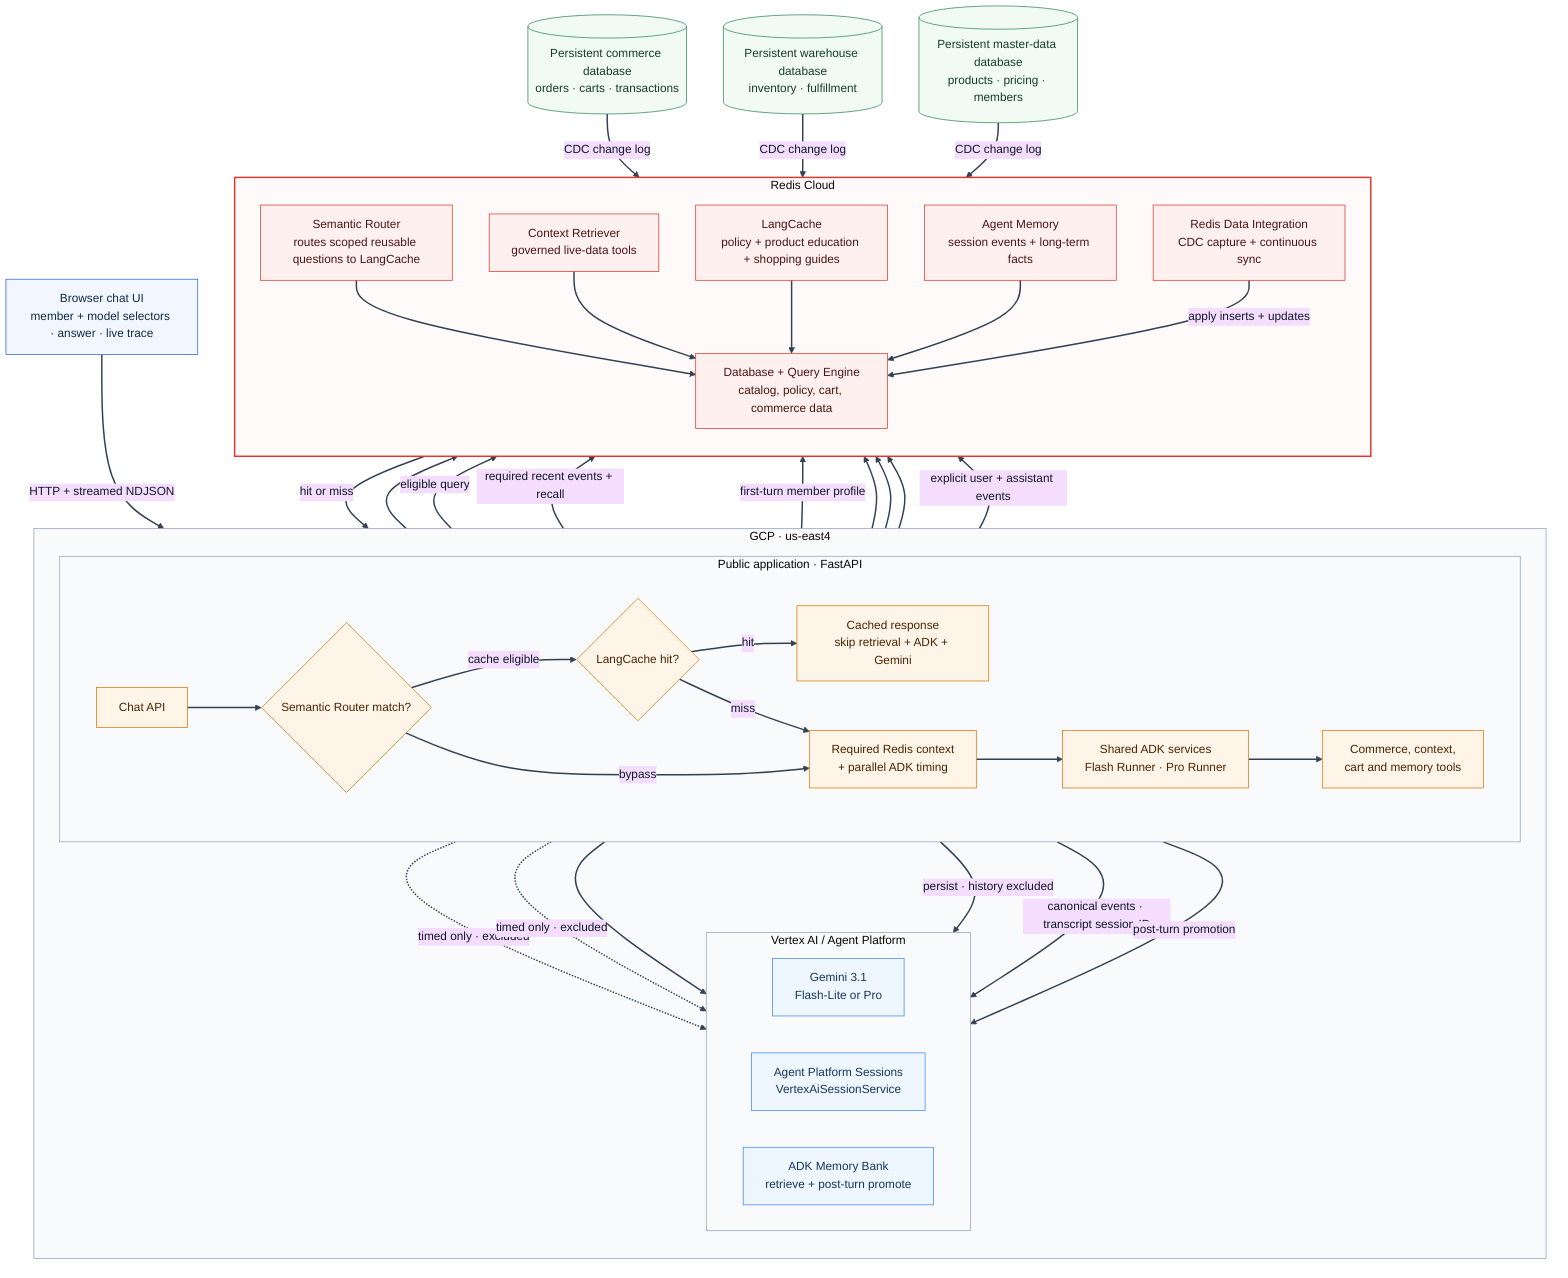
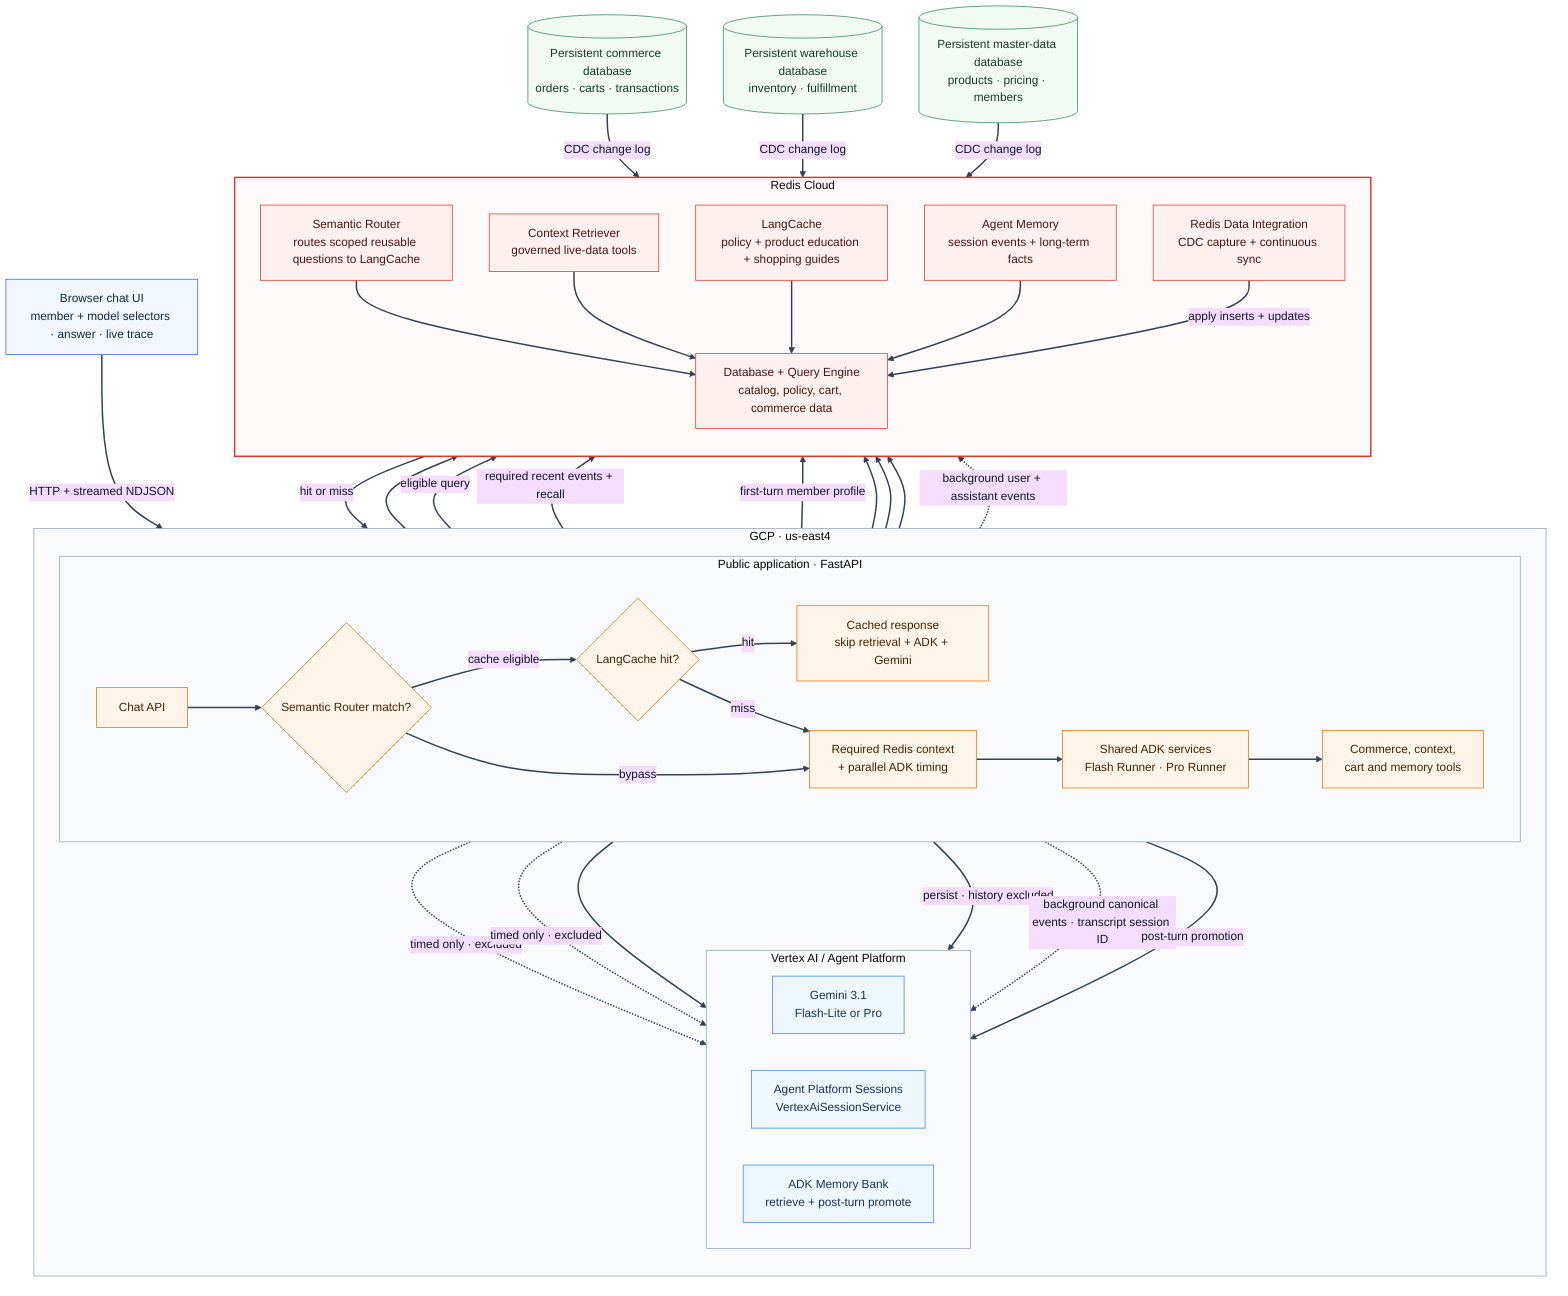
%%{init: {"theme":"base","themeVariables":{"background":"#ffffff","primaryTextColor":"#111827","lineColor":"#334155","clusterBkg":"#f8fafc","clusterBorder":"#94a3b8"},"flowchart":{"curve":"basis"}}}%%
flowchart TB
    browser["Browser chat UI<br/>member + model selectors · answer · live trace"]

    subgraph gcp["GCP · us-east4"]
        direction TB
        subgraph run["Public application · FastAPI"]
            direction LR
            api["Chat API"] --> route{"Semantic Router match?"}
            route -->|cache eligible| gate{"LangCache hit?"}
            gate -->|hit| cached["Cached response<br/>skip retrieval + ADK + Gemini"]
            gate -->|miss| prefetch["Required Redis context<br/>+ parallel ADK timing"]
            route -->|bypass| prefetch
            prefetch --> runners["Shared ADK services<br/>Flash Runner · Pro Runner"]
            runners --> tools["Commerce, context,<br/>cart and memory tools"]
        end

        subgraph vertex["Vertex AI / Agent Platform"]
            direction LR
            gemini["Gemini 3.1<br/>Flash-Lite or Pro"]
            sessions["Agent Platform Sessions<br/>VertexAiSessionService"]
            bank["ADK Memory Bank<br/>retrieve + post-turn promote"]
        end
    end

    commerce[("Persistent commerce database<br/>orders · carts · transactions")]
    warehouse[("Persistent warehouse database<br/>inventory · fulfillment")]
    master[("Persistent master-data database<br/>products · pricing · members")]

    subgraph rediscloud["Redis Cloud"]
        direction TB
        rdi["Redis Data Integration<br/>CDC capture + continuous sync"]
        cache["LangCache<br/>policy + product education + shopping guides"]
        ram["Agent Memory<br/>session events + long-term facts"]
        context["Context Retriever<br/>governed live-data tools"]
        semantic["Semantic Router<br/>routes scoped reusable questions to LangCache"]
        database["Database + Query Engine<br/>catalog, policy, cart, commerce data"]
    end

    browser -->|HTTP + streamed NDJSON| api

    route --> semantic
    semantic --> database
    route -->|eligible query| cache
    cache -->|hit or miss| gate
    prefetch -->|required recent events + recall| ram
    prefetch -.->|timed only · excluded| bank
    prefetch -.->|timed only · excluded| sessions
    prefetch -->|first-turn member profile| context

    runners --> gemini
    runners -->|persist · history excluded| sessions
-     api -->|canonical events · transcript session ID| sessions
+     api -.->|background canonical events · transcript session ID| sessions
    runners -->|post-turn promotion| bank
    tools --> context
    tools --> database
    tools --> ram
    context --> database
-     api -->|explicit user + assistant events| ram
+     api -.->|background user + assistant events| ram

    cache --> database
    ram --> database
    commerce -->|CDC change log| rdi
    warehouse -->|CDC change log| rdi
    master -->|CDC change log| rdi
    rdi -->|apply inserts + updates| database

    classDef client fill:#f2f7ff,stroke:#2864dc,color:#102a43
    classDef app fill:#fff4e8,stroke:#d97706,color:#4a2500
    classDef google fill:#eef6ff,stroke:#4285f4,color:#17365d
    classDef redis fill:#fff0f0,stroke:#dc382d,color:#4a1512
    classDef source fill:#f2fbf3,stroke:#2f855a,color:#153d29

    class browser client
    class api,prefetch,route,gate,cached,runners,tools app
    class gemini,sessions,bank google
    class rdi,cache,ram,context,semantic,database redis
    class commerce,warehouse,master source

    style rediscloud fill:#fffafa,stroke:#dc382d,stroke-width:2px

    linkStyle default stroke:#334155,stroke-width:2px
